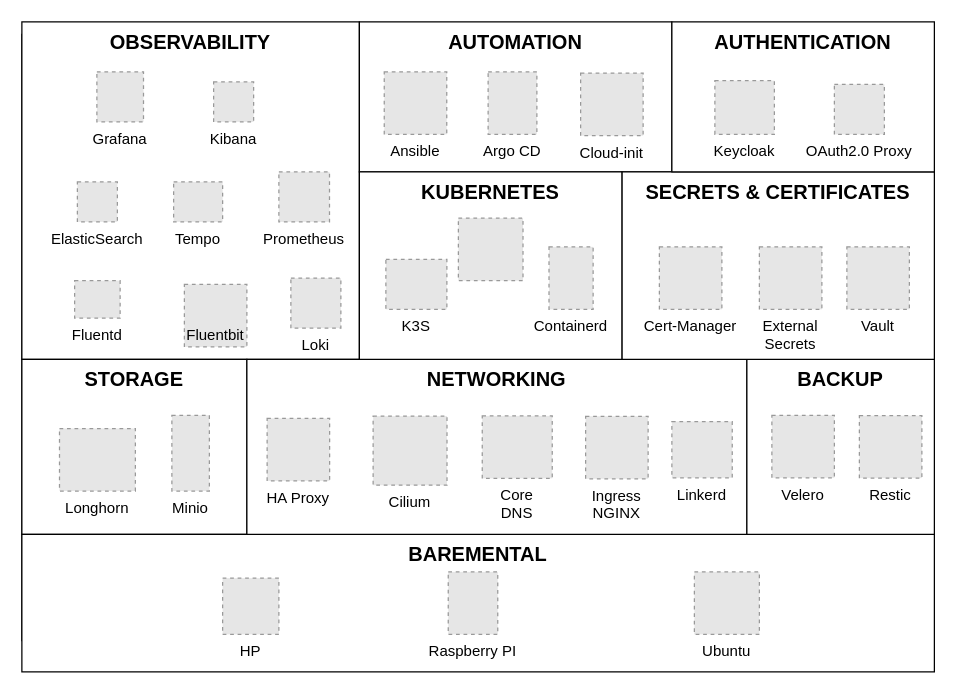
Before: design/picluster-stack.drawio in ricsanfre/pi-cluster, a draw.io diagram. Source tidied: cells renumbered, new cells numbered last; positions are measured from the earlier drawing's top-left corner, leaving out a move shared by most shapes. Both pictures are drawn from the tidied source at 125%, with x=0, y=0 at pixel (21, 21). Pictures stored in the file or linked from it are replaced by grey dashed boxes.
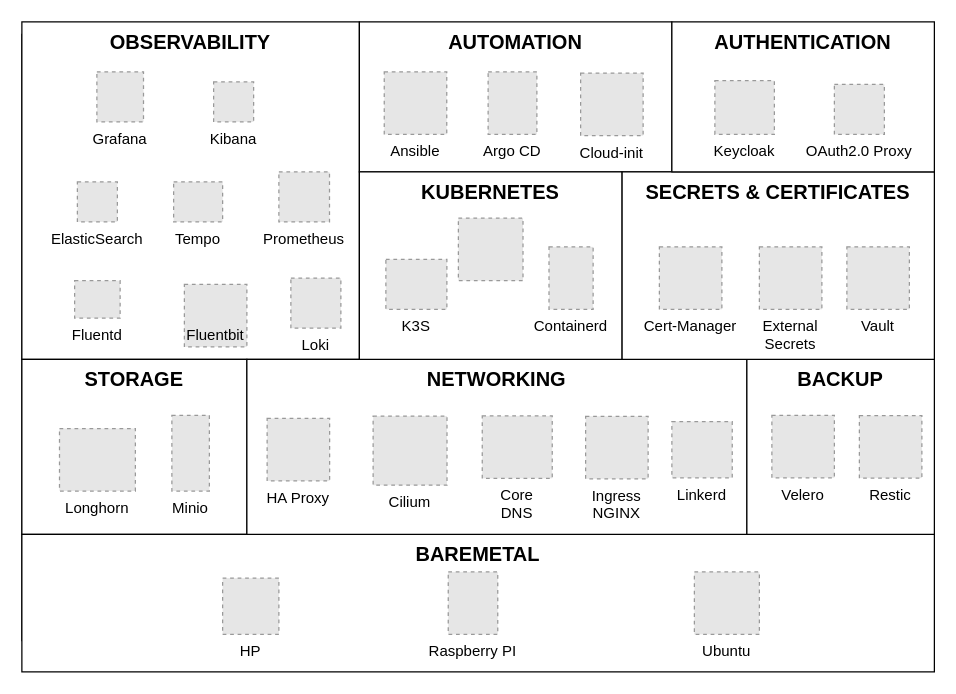
Above is the later version.

Commit message (it also covers changes not shown here):
Fixing typo in technology stack diagram

Change to the diagram source:
```diff
@@
-    <mxCell id="7" value="&lt;font style=&quot;font-size: 16px;&quot;&gt;&lt;b&gt;BAREMENTAL&lt;/b&gt;&lt;/font&gt;" style="rounded=0;whiteSpace=wrap;html=1;labelPosition=center;verticalLabelPosition=middle;align=center;verticalAlign=top;" parent="1" vertex="1">
+    <mxCell id="7" value="&lt;font style=&quot;font-size: 16px;&quot;&gt;&lt;b&gt;BAREMETAL&lt;/b&gt;&lt;/font&gt;" style="rounded=0;whiteSpace=wrap;html=1;labelPosition=center;verticalLabelPosition=middle;align=center;verticalAlign=top;" parent="1" vertex="1">
       <mxGeometry y="410" width="730" height="110" as="geometry" />
     </mxCell>
```
